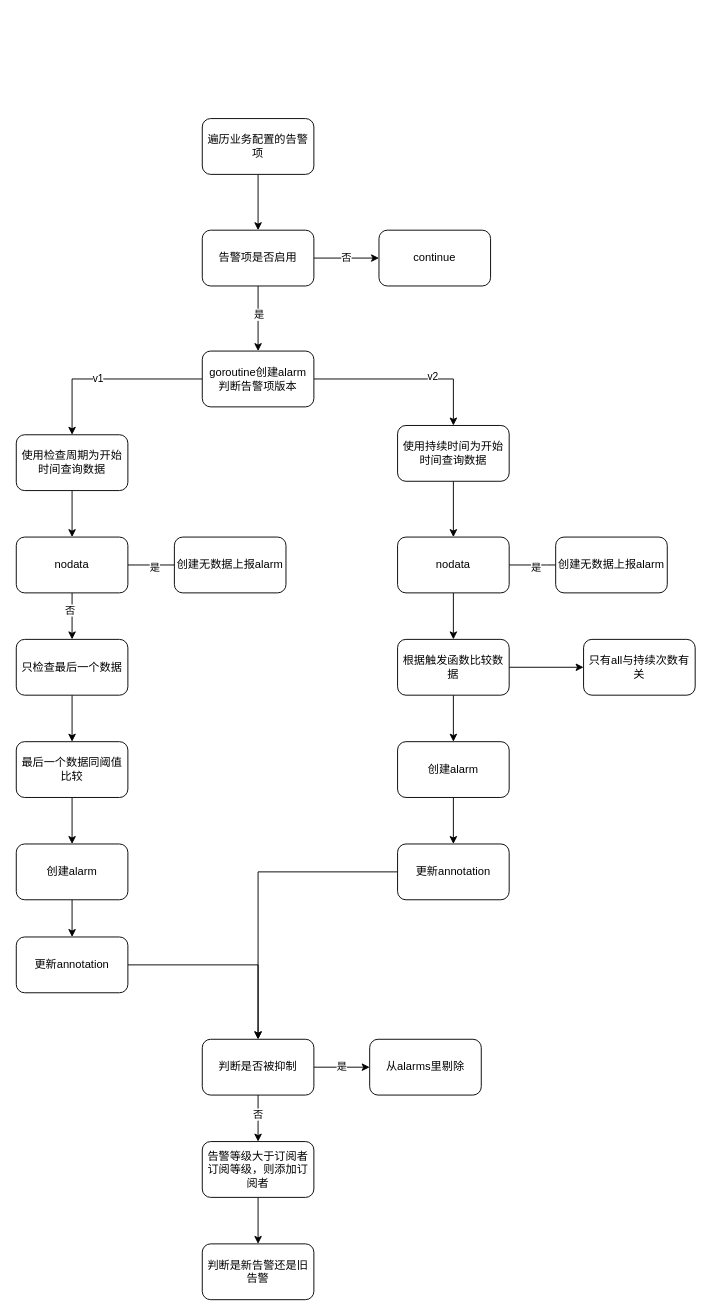
Earlier version of the draw.io diagram alarm流程.drawio (wupei-w/diagrams). Source tidied: cells renumbered, new cells numbered last; positions are measured from the earlier drawing's top-left corner, leaving out a move shared by most shapes. Both pictures are drawn from the tidied source at 93%, with x=0, y=0 at pixel (16, 118).
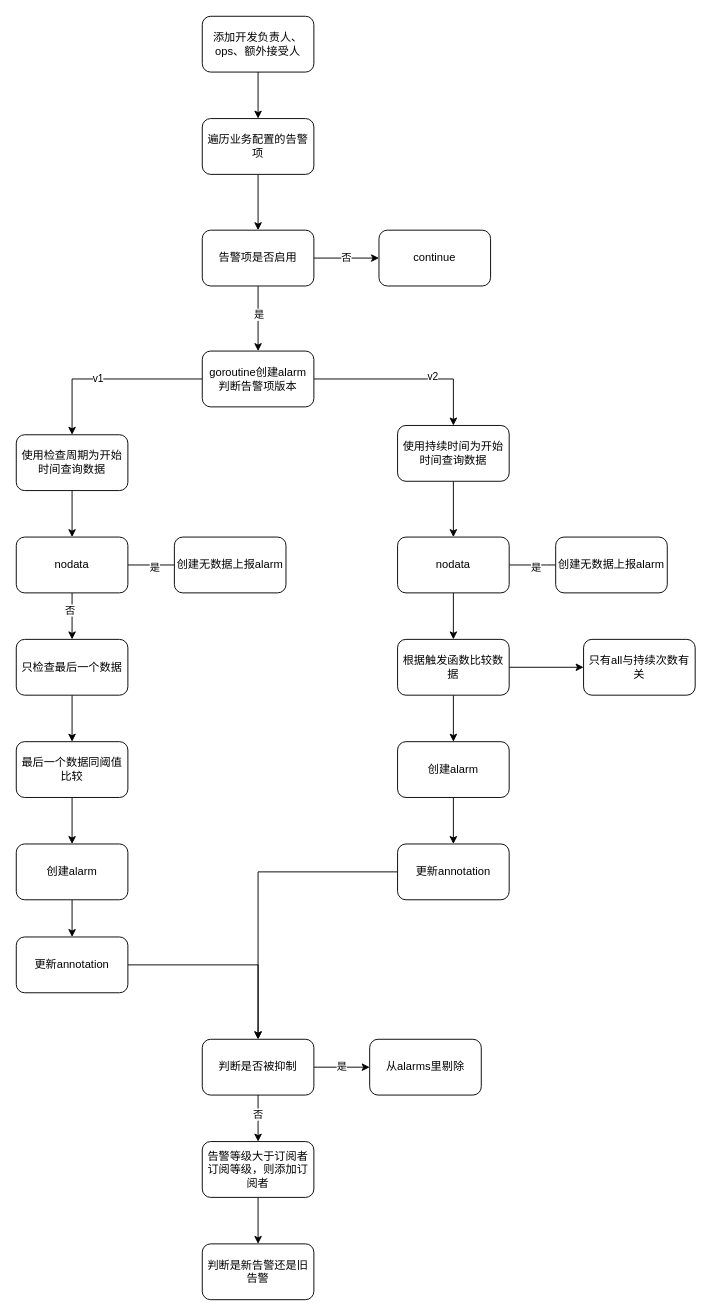
The same diagram, later.

Unchanged cells that the change refers to:
```xml
<mxCell id="16" value="遍历业务配置的告警项" style="rounded=1;whiteSpace=wrap;html=1;" parent="1" vertex="1">
  <mxGeometry x="200" width="120" height="60" as="geometry" />
</mxCell>
```

The edit, as a diff of the source:
```diff
@@
+    <mxCell id="53" style="edgeStyle=orthogonalEdgeStyle;rounded=0;jettySize=auto;html=1;" parent="1" edge="1" source="54" target="16">
+      <mxGeometry relative="1" as="geometry" />
+    </mxCell>
+    <mxCell id="54" value="添加开发负责人、ops、额外接受人" style="rounded=1;whiteSpace=wrap;html=1;" parent="1" vertex="1">
+      <mxGeometry x="200" y="-110" width="120" height="60" as="geometry" />
+    </mxCell>
```
